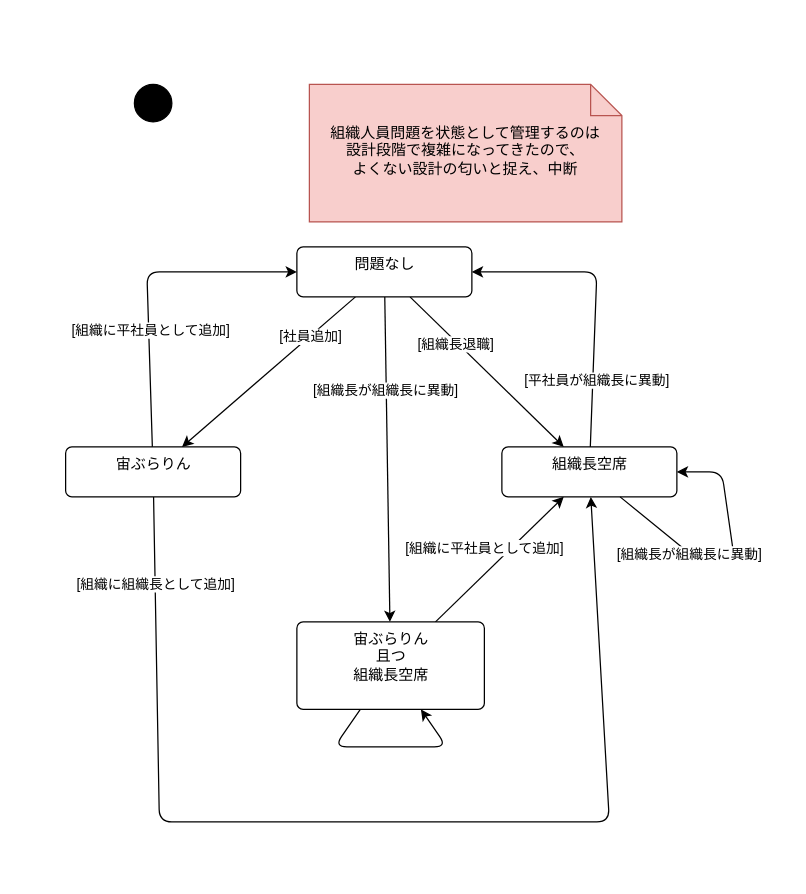
Above: Designs/ステートマシン/ステートマシン図.drawio in bosssanovar/LightMvvmSample (draw.io), before the change. Source tidied: cells renumbered, new cells numbered last; positions are measured from the earlier drawing's top-left corner, leaving out a move shared by most shapes. Both pictures are drawn from the tidied source at 125%, with x=0, y=0 at pixel (65, 84).
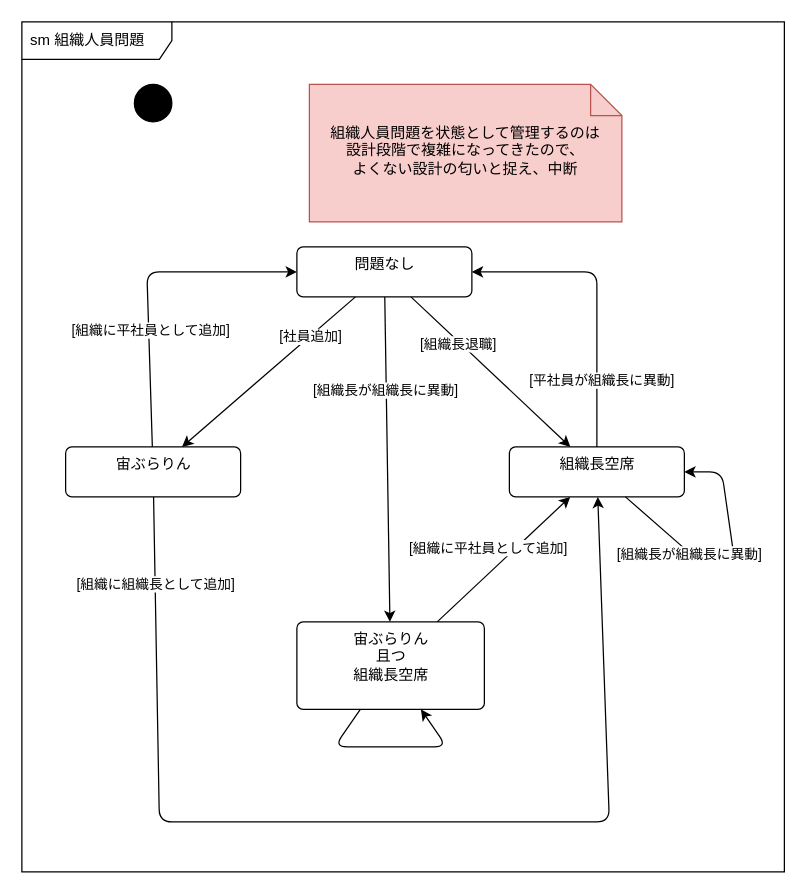
Above is the later version.

What changed in the source:
```diff
@@
+    <mxCell id="25" value="sm 組織人員問題" style="shape=umlFrame;whiteSpace=wrap;html=1;width=120;height=30;boundedLbl=1;verticalAlign=middle;align=left;spacingLeft=5;swimlaneFillColor=default;" parent="1" vertex="1">
+      <mxGeometry x="-35" y="-50" width="610" height="680" as="geometry" />
+    </mxCell>
@@
     <mxCell id="17" value="組織長空席" style="html=1;align=center;verticalAlign=top;rounded=1;absoluteArcSize=1;arcSize=10;dashed=0;" parent="1" vertex="1">
-      <mxGeometry x="349" y="290" width="140" height="40" as="geometry" />
+      <mxGeometry x="355" y="290" width="140" height="40" as="geometry" />
     </mxCell>
```
